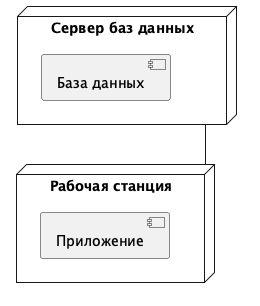
This is 1 семестр/lab07-component-deploy/src/deploy.png from olegstiv/kravchuk.o, a PlantUML export, as it was before one commit.
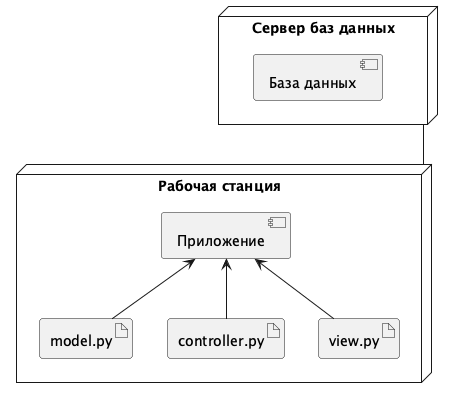
The same diagram one commit later.

The edit, as a diff of the source:
```diff
@@ -4,6 +4,12 @@
 }
 node "Рабочая станция" as ws {
 component Приложение
+artifact model.py
+artifact controller.py
+artifact view.py
+Приложение <-- model.py
+Приложение <-- controller.py
+Приложение <-- view.py
 }
 dbs -- ws
 @enduml
```
